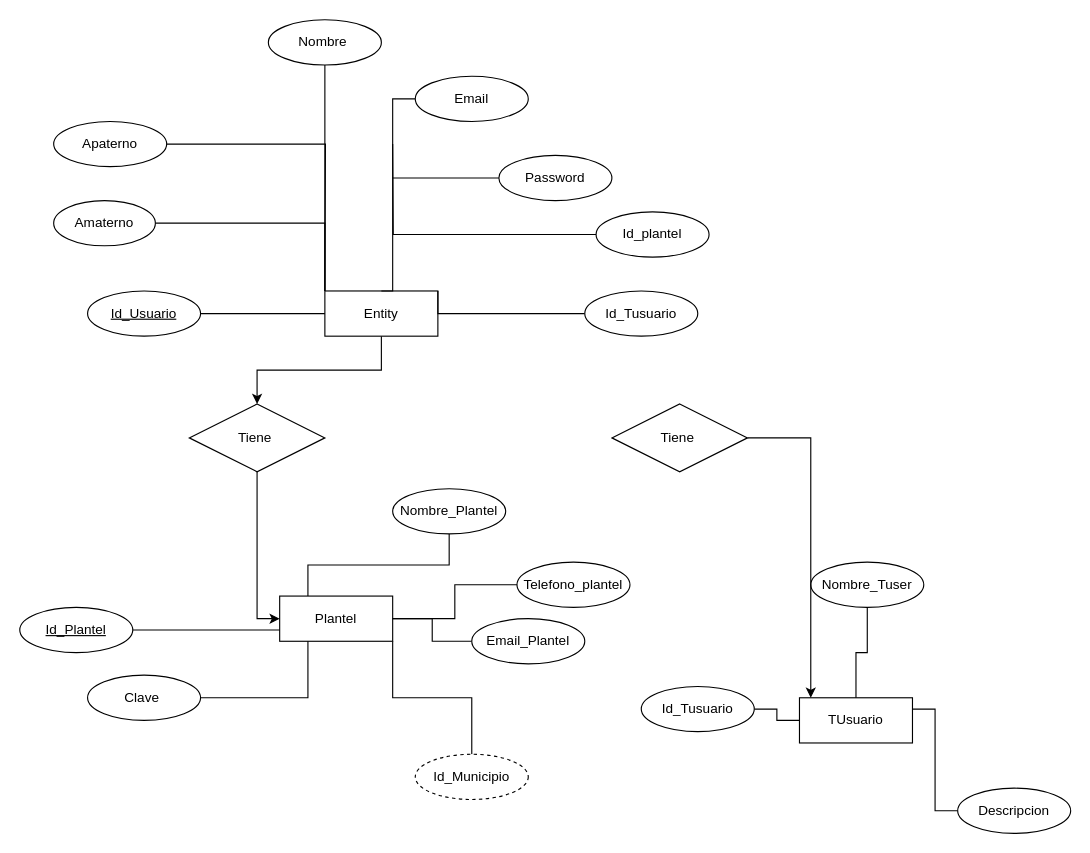
The draw.io diagram page "entidad-relacion" (1 of 2) of Diagrama sin título.drawio in vianeym416/Construccion-BD-VM, before the edit. Source tidied: cells renumbered, new cells numbered last; positions are measured from the earlier drawing's top-left corner, leaving out a move shared by most shapes. Both pictures are drawn from the tidied source at 113%, with x=0, y=0 at pixel (19, 19).
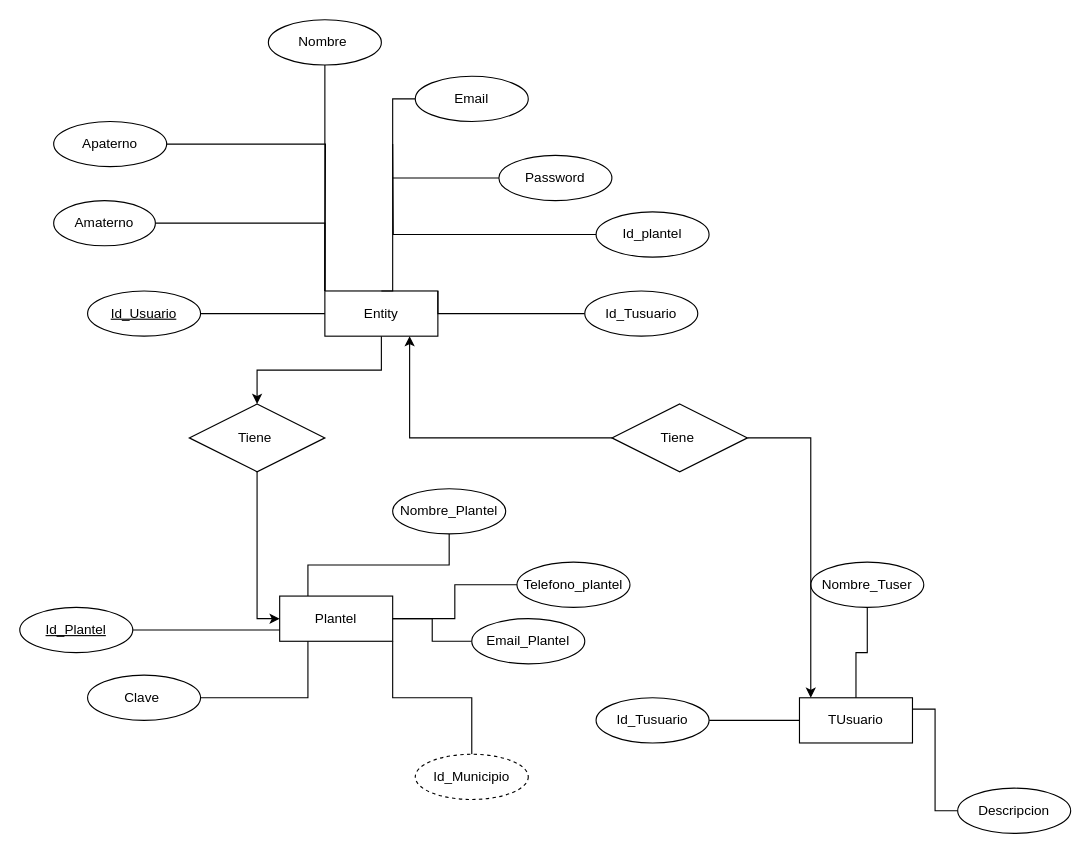
After the change.

The change refers to these unchanged cells:
```xml
<mxCell id="3" value="Entity" style="whiteSpace=wrap;html=1;align=center;" parent="1" vertex="1">
  <mxGeometry x="270" y="240" width="100" height="40" as="geometry" />
</mxCell>
<mxCell id="43" value="Tiene&amp;nbsp;" style="shape=rhombus;perimeter=rhombusPerimeter;whiteSpace=wrap;html=1;align=center;" parent="1" vertex="1">
  <mxGeometry x="524" y="340" width="120" height="60" as="geometry" />
</mxCell>
```

The edit, as a diff of the source:
```diff
@@
     <mxCell id="39" value="Id_Tusuario" style="ellipse;whiteSpace=wrap;html=1;align=center;" parent="1" vertex="1">
-      <mxGeometry x="550" y="590" width="100" height="40" as="geometry" />
+      <mxGeometry x="510" y="600" width="100" height="40" as="geometry" />
     </mxCell>
@@
+    <mxCell id="44" style="edgeStyle=orthogonalEdgeStyle;rounded=0;jettySize=auto;html=1;entryX=0.75;entryY=1;entryDx=0;entryDy=0;" parent="1" edge="1" source="43" target="3">
+      <mxGeometry relative="1" as="geometry" />
+    </mxCell>
```
